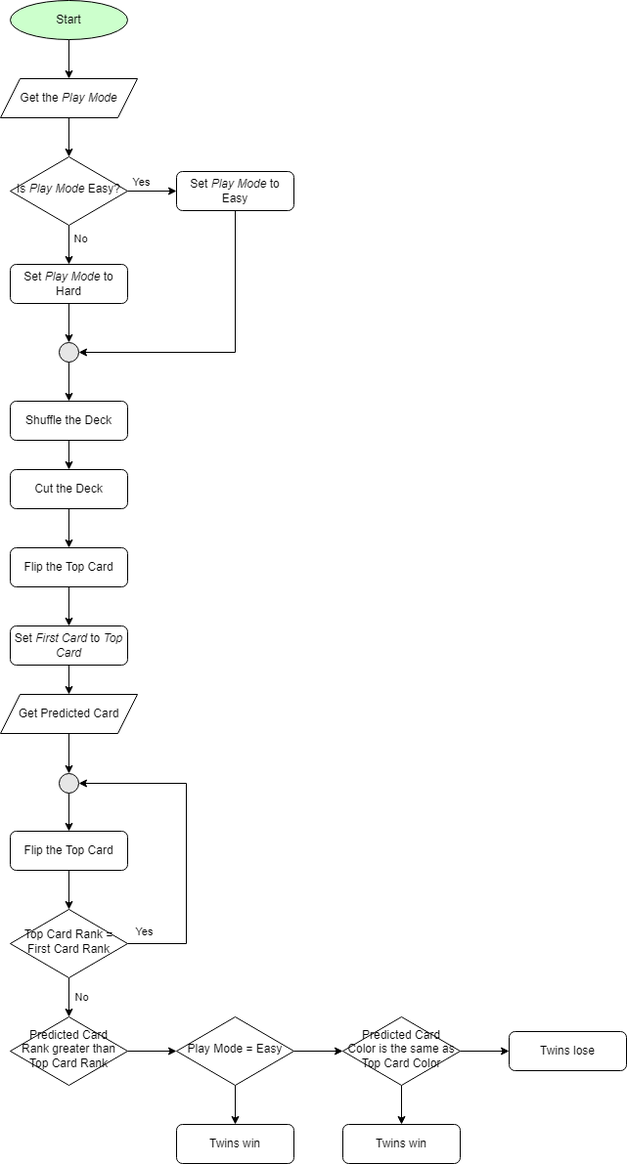
This is Red_Black_High_Low.drawio.png from ferthelet/techlelevator, a draw.io export, as it was before one commit. Source tidied: cells renumbered, new cells last; positions are measured from the earlier drawing's top-left corner, leaving out a move shared by most shapes.
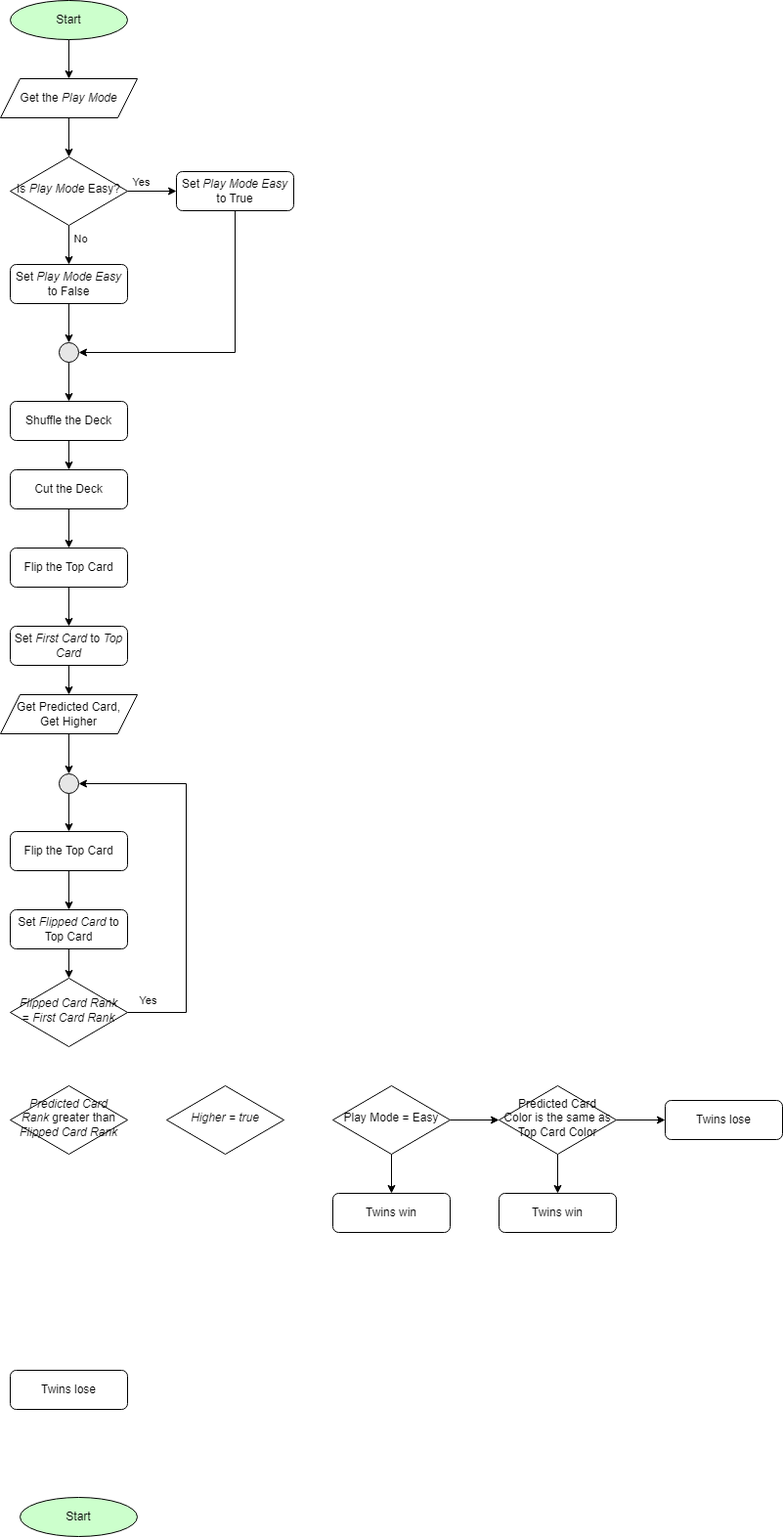
The same file after the commit.

The edit, as a diff of the source:
```diff
@@ -52,7 +52,7 @@
         </Array>
       </mxGeometry>
     </mxCell>
-    <mxCell id="16" value="Set &lt;i&gt;Play Mode&lt;/i&gt; to Easy" style="rounded=1;whiteSpace=wrap;html=1;fontSize=12;glass=0;strokeWidth=1;shadow=0;" parent="1" vertex="1">
+    <mxCell id="16" value="Set &lt;i&gt;Play Mode&lt;/i&gt;&amp;nbsp;&lt;i&gt;Easy &lt;/i&gt;to True" style="rounded=1;whiteSpace=wrap;html=1;fontSize=12;glass=0;strokeWidth=1;shadow=0;" parent="1" vertex="1">
       <mxGeometry x="180" y="175" width="120" height="40" as="geometry" />
     </mxCell>
     <mxCell id="17" style="edgeStyle=orthogonalEdgeStyle;rounded=0;jettySize=auto;html=1;" parent="1" edge="1" source="18" target="14">
@@ -64,7 +64,7 @@
     <mxCell id="19" style="edgeStyle=orthogonalEdgeStyle;rounded=0;jettySize=auto;html=1;" parent="1" edge="1" source="20" target="22">
       <mxGeometry relative="1" as="geometry" />
     </mxCell>
-    <mxCell id="20" value="Set &lt;i&gt;Play Mode&lt;/i&gt; to Hard" style="rounded=1;whiteSpace=wrap;html=1;fontSize=12;glass=0;strokeWidth=1;shadow=0;" parent="1" vertex="1">
+    <mxCell id="20" value="Set &lt;i&gt;Play Mode&lt;/i&gt;&amp;nbsp;&lt;i&gt;Easy &lt;/i&gt;to False" style="rounded=1;whiteSpace=wrap;html=1;fontSize=12;glass=0;strokeWidth=1;shadow=0;" parent="1" vertex="1">
       <mxGeometry x="10" y="270" width="120" height="40" as="geometry" />
     </mxCell>
     <mxCell id="21" style="edgeStyle=orthogonalEdgeStyle;rounded=0;jettySize=auto;html=1;entryX=0.5;entryY=0;entryDx=0;entryDy=0;" parent="1" edge="1" source="22" target="5">
@@ -73,21 +73,18 @@
     <mxCell id="22" style="ellipse;whiteSpace=wrap;html=1;fillColor=#E6E6E6;" parent="1" vertex="1">
       <mxGeometry x="60" y="350" width="20" height="20" as="geometry" />
     </mxCell>
-    <mxCell id="23" style="edgeStyle=orthogonalEdgeStyle;rounded=0;jettySize=auto;html=1;exitX=0.5;exitY=1;exitDx=0;exitDy=0;entryX=0.5;entryY=0;entryDx=0;entryDy=0;" parent="1" edge="1" source="24" target="46">
+    <mxCell id="23" style="edgeStyle=orthogonalEdgeStyle;rounded=0;jettySize=auto;html=1;" parent="1" edge="1" source="24" target="46">
       <mxGeometry relative="1" as="geometry" />
     </mxCell>
-    <mxCell id="24" value="Get Predicted Card" style="shape=parallelogram;perimeter=parallelogramPerimeter;whiteSpace=wrap;html=1;fixedSize=1;" parent="1" vertex="1">
+    <mxCell id="24" value="Get Predicted Card,&lt;div&gt;Get Higher&lt;/div&gt;" style="shape=parallelogram;perimeter=parallelogramPerimeter;whiteSpace=wrap;html=1;fixedSize=1;" parent="1" vertex="1">
       <mxGeometry y="710" width="140" height="40" as="geometry" />
     </mxCell>
-    <mxCell id="25" style="edgeStyle=orthogonalEdgeStyle;rounded=0;jettySize=auto;html=1;" parent="1" edge="1" source="26" target="31">
-      <mxGeometry relative="1" as="geometry" />
-    </mxCell>
-    <mxCell id="26" value="Predicted Card Rank greater than Top Card Rank" style="rhombus;whiteSpace=wrap;html=1;shadow=0;fontFamily=Helvetica;fontSize=12;align=center;strokeWidth=1;spacing=6;spacingTop=-4;" parent="1" vertex="1">
-      <mxGeometry x="10" y="1040" width="120" height="70" as="geometry" />
+    <mxCell id="26" value="&lt;i&gt;Predicted Card Rank&lt;/i&gt; greater than &lt;i&gt;Flipped Card Rank&lt;/i&gt;" style="rhombus;whiteSpace=wrap;html=1;shadow=0;fontFamily=Helvetica;fontSize=12;align=center;strokeWidth=1;spacing=6;spacingTop=-4;" parent="1" vertex="1">
+      <mxGeometry x="10" y="1110" width="120" height="70" as="geometry" />
     </mxCell>
-    <mxCell id="27" style="edgeStyle=orthogonalEdgeStyle;rounded=0;jettySize=auto;html=1;exitX=0.5;exitY=1;exitDx=0;exitDy=0;entryX=0.5;entryY=0;entryDx=0;entryDy=0;" parent="1" edge="1" source="28" target="44">
-      <mxGeometry relative="1" as="geometry" />
-    </mxCell>
+    <mxCell id="47" style="edgeStyle=orthogonalEdgeStyle;rounded=0;jettySize=auto;html=1;" parent="1" edge="1" source="28" target="51">
+      <mxGeometry relative="1" as="geometry" />
+    </mxCell>
     <mxCell id="28" value="Flip the Top Card" style="rounded=1;whiteSpace=wrap;html=1;fontSize=12;glass=0;strokeWidth=1;shadow=0;" parent="1" vertex="1">
       <mxGeometry x="10" y="850" width="120" height="40" as="geometry" />
     </mxCell>
@@ -98,13 +95,13 @@
       <mxGeometry relative="1" as="geometry" />
     </mxCell>
     <mxCell id="31" value="Play Mode = Easy" style="rhombus;whiteSpace=wrap;html=1;shadow=0;fontFamily=Helvetica;fontSize=12;align=center;strokeWidth=1;spacing=6;spacingTop=-4;" parent="1" vertex="1">
-      <mxGeometry x="180" y="1040" width="120" height="70" as="geometry" />
+      <mxGeometry x="340" y="1110" width="120" height="70" as="geometry" />
     </mxCell>
     <mxCell id="32" value="Twins win" style="rounded=1;whiteSpace=wrap;html=1;fontSize=12;glass=0;strokeWidth=1;shadow=0;" parent="1" vertex="1">
-      <mxGeometry x="350" y="1150" width="120" height="40" as="geometry" />
+      <mxGeometry x="510" y="1220" width="120" height="40" as="geometry" />
     </mxCell>
     <mxCell id="33" value="Twins win" style="rounded=1;whiteSpace=wrap;html=1;fontSize=12;glass=0;strokeWidth=1;shadow=0;" parent="1" vertex="1">
-      <mxGeometry x="180" y="1150" width="120" height="40" as="geometry" />
+      <mxGeometry x="340" y="1220" width="120" height="40" as="geometry" />
     </mxCell>
     <mxCell id="34" style="edgeStyle=orthogonalEdgeStyle;rounded=0;jettySize=auto;html=1;" parent="1" edge="1" source="36" target="37">
       <mxGeometry relative="1" as="geometry" />
@@ -113,10 +110,10 @@
       <mxGeometry relative="1" as="geometry" />
     </mxCell>
     <mxCell id="36" value="Predicted Card Color is the same as Top Card Color" style="rhombus;whiteSpace=wrap;html=1;shadow=0;fontFamily=Helvetica;fontSize=12;align=center;strokeWidth=1;spacing=6;spacingTop=-4;" parent="1" vertex="1">
-      <mxGeometry x="350" y="1040" width="120" height="70" as="geometry" />
+      <mxGeometry x="510" y="1110" width="120" height="70" as="geometry" />
     </mxCell>
     <mxCell id="37" value="Twins lose" style="rounded=1;whiteSpace=wrap;html=1;fontSize=12;glass=0;strokeWidth=1;shadow=0;" parent="1" vertex="1">
-      <mxGeometry x="520" y="1055" width="120" height="40" as="geometry" />
+      <mxGeometry x="680" y="1125" width="120" height="40" as="geometry" />
     </mxCell>
     <mxCell id="38" style="edgeStyle=orthogonalEdgeStyle;rounded=0;jettySize=auto;html=1;exitX=0.5;exitY=1;exitDx=0;exitDy=0;entryX=0.5;entryY=0;entryDx=0;entryDy=0;" parent="1" edge="1" source="39" target="24">
       <mxGeometry relative="1" as="geometry" />
@@ -127,7 +124,7 @@
     <mxCell id="40" style="edgeStyle=orthogonalEdgeStyle;rounded=0;jettySize=auto;html=1;entryX=1;entryY=0.5;entryDx=0;entryDy=0;exitX=1;exitY=0.5;exitDx=0;exitDy=0;" parent="1" edge="1" source="44" target="46">
       <mxGeometry relative="1" as="geometry">
         <Array as="points">
-          <mxPoint x="190" y="965" />
+          <mxPoint x="190" y="1035" />
           <mxPoint x="190" y="801" />
         </Array>
       </mxGeometry>
@@ -137,16 +134,8 @@
         <mxPoint y="-13" as="offset" />
       </mxGeometry>
     </mxCell>
-    <mxCell id="42" style="edgeStyle=orthogonalEdgeStyle;rounded=0;jettySize=auto;html=1;entryX=0.5;entryY=0;entryDx=0;entryDy=0;" parent="1" edge="1" source="44" target="26">
-      <mxGeometry relative="1" as="geometry" />
-    </mxCell>
-    <mxCell id="43" value="No" style="edgeLabel;html=1;align=center;verticalAlign=middle;" parent="42" vertex="1">
-      <mxGeometry x="-0.05" y="1" relative="1" as="geometry">
-        <mxPoint x="11" as="offset" />
-      </mxGeometry>
-    </mxCell>
-    <mxCell id="44" value="Top Card Rank = First Card Rank" style="rhombus;whiteSpace=wrap;html=1;shadow=0;fontFamily=Helvetica;fontSize=12;align=center;strokeWidth=1;spacing=6;spacingTop=-4;" parent="1" vertex="1">
-      <mxGeometry x="10" y="930" width="120" height="70" as="geometry" />
+    <mxCell id="44" value="&lt;i&gt;Flipped Card Rank&lt;/i&gt; = &lt;i&gt;First Card Rank&lt;/i&gt;" style="rhombus;whiteSpace=wrap;html=1;shadow=0;fontFamily=Helvetica;fontSize=12;align=center;strokeWidth=1;spacing=6;spacingTop=-4;" parent="1" vertex="1">
+      <mxGeometry x="10" y="1000" width="120" height="70" as="geometry" />
     </mxCell>
     <mxCell id="45" style="edgeStyle=orthogonalEdgeStyle;rounded=0;jettySize=auto;html=1;exitX=0.5;exitY=1;exitDx=0;exitDy=0;entryX=0.5;entryY=0;entryDx=0;entryDy=0;" parent="1" edge="1" source="46" target="28">
       <mxGeometry relative="1" as="geometry" />
@@ -154,5 +143,20 @@
     <mxCell id="46" style="ellipse;whiteSpace=wrap;html=1;fillColor=#E6E6E6;" parent="1" vertex="1">
       <mxGeometry x="60" y="791" width="20" height="20" as="geometry" />
     </mxCell>
+    <mxCell id="48" value="Start" style="ellipse;whiteSpace=wrap;html=1;fillColor=#CCFFCC;" parent="1" vertex="1">
+      <mxGeometry x="20" y="1531" width="120" height="40" as="geometry" />
+    </mxCell>
+    <mxCell id="49" value="Twins lose" style="rounded=1;whiteSpace=wrap;html=1;fontSize=12;glass=0;strokeWidth=1;shadow=0;" parent="1" vertex="1">
+      <mxGeometry x="10" y="1401" width="120" height="40" as="geometry" />
+    </mxCell>
+    <mxCell id="50" style="edgeStyle=orthogonalEdgeStyle;rounded=0;jettySize=auto;html=1;" parent="1" edge="1" source="51" target="44">
+      <mxGeometry relative="1" as="geometry" />
+    </mxCell>
+    <mxCell id="51" value="Set &lt;i&gt;Flipped Card&lt;/i&gt; to Top Card" style="rounded=1;whiteSpace=wrap;html=1;fontSize=12;glass=0;strokeWidth=1;shadow=0;" parent="1" vertex="1">
+      <mxGeometry x="10" y="930" width="120" height="40" as="geometry" />
+    </mxCell>
+    <mxCell id="52" value="&lt;i&gt;Higher = true&lt;/i&gt;" style="rhombus;whiteSpace=wrap;html=1;shadow=0;fontFamily=Helvetica;fontSize=12;align=center;strokeWidth=1;spacing=6;spacingTop=-4;" parent="1" vertex="1">
+      <mxGeometry x="170" y="1110" width="120" height="70" as="geometry" />
+    </mxCell>
   </root>
 </mxGraphModel>
```
